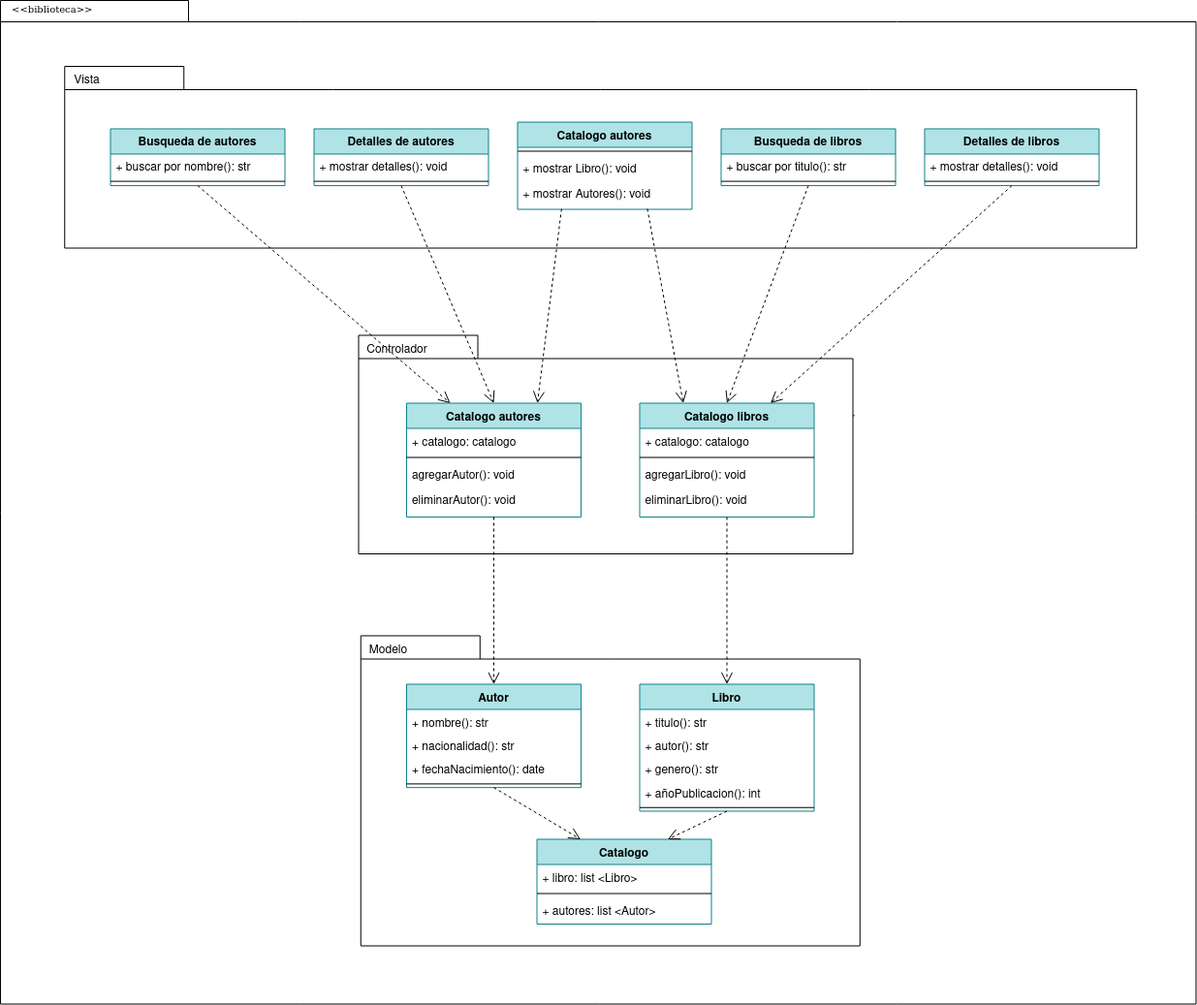
Above: diagramas/diagramas/paquete/diagrama_paquete_gestion_biblioteca.png in Chugani05/entorno_de_desarrollo (draw.io), before the change. Source tidied: cells renumbered, new cells last; positions are measured from the earlier drawing's top-left corner, leaving out a move shared by most shapes.
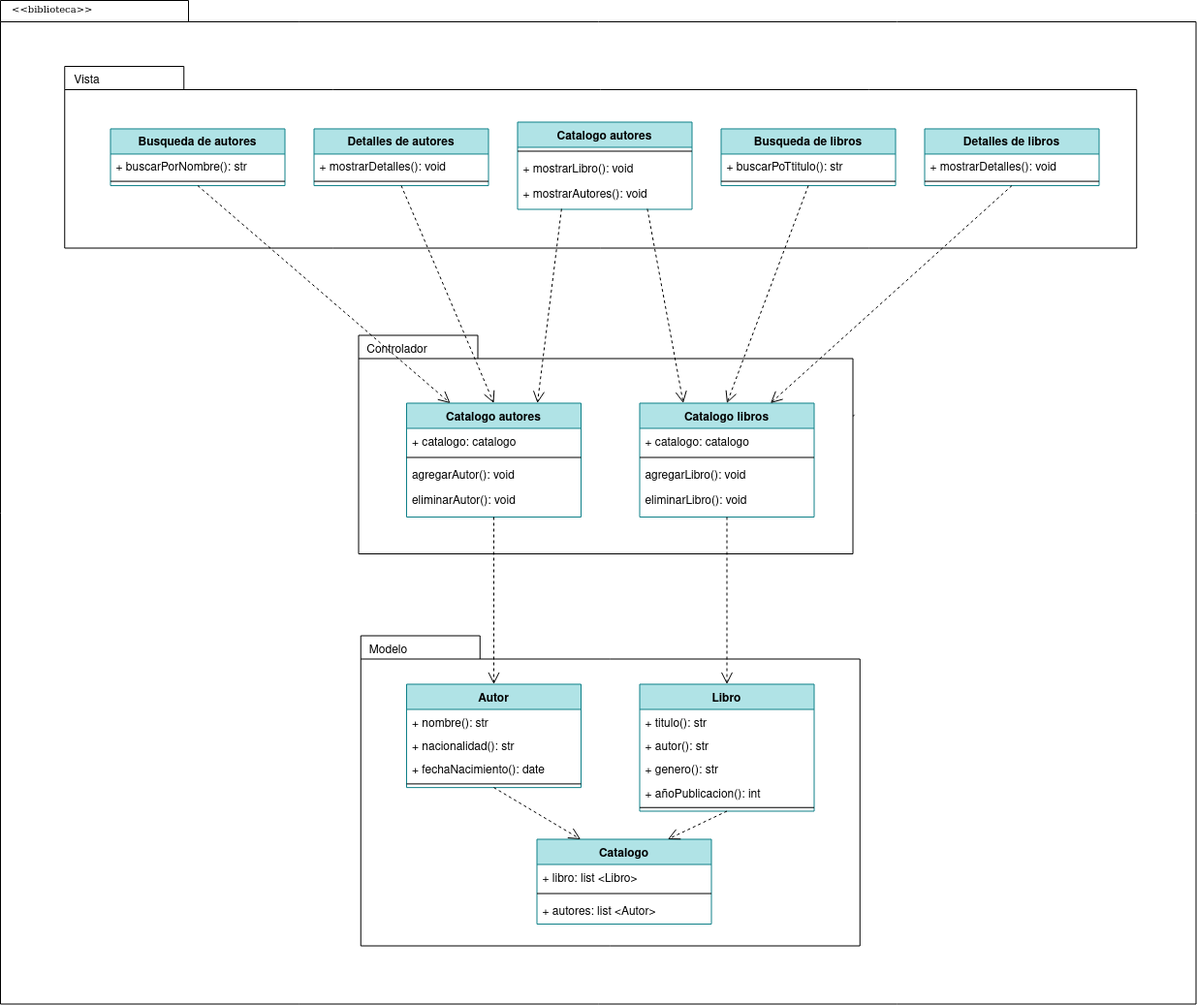
The same file after the commit.

Change to the diagram source:
```diff
@@ -14,7 +14,7 @@
     <mxCell id="5" value="Busqueda de autores" style="swimlane;fontStyle=1;align=center;verticalAlign=top;horizontal=1;startSize=26;rounded=0;shadow=0;strokeWidth=1;fillColor=#b0e3e6;strokeColor=#0e8088;" parent="3" vertex="1">
       <mxGeometry x="27.2" y="64.5" width="180" height="58.6" as="geometry" />
     </mxCell>
-    <mxCell id="6" value="+ buscar por nombre(): str" style="text;align=left;verticalAlign=top;spacingLeft=4;spacingRight=4;overflow=hidden;" parent="5" vertex="1">
+    <mxCell id="6" value="+ buscarPorNombre(): str" style="text;align=left;verticalAlign=top;spacingLeft=4;spacingRight=4;overflow=hidden;" parent="5" vertex="1">
       <mxGeometry y="26" width="180" height="24.4" as="geometry" />
     </mxCell>
     <mxCell id="7" style="line;html=1;strokeWidth=1;align=left;verticalAlign=middle;spacingTop=-1;spacingLeft=3;spacingRight=3;labelPosition=right;" parent="5" vertex="1">
@@ -23,7 +23,7 @@
     <mxCell id="8" value="Detalles de autores" style="swimlane;fontStyle=1;align=center;verticalAlign=top;horizontal=1;startSize=26;rounded=0;shadow=0;strokeWidth=1;fillColor=#b0e3e6;strokeColor=#0e8088;" parent="3" vertex="1">
       <mxGeometry x="237.2" y="64.5" width="180" height="58.6" as="geometry" />
     </mxCell>
-    <mxCell id="9" value="+ mostrar detalles(): void" style="text;align=left;verticalAlign=top;spacingLeft=4;spacingRight=4;overflow=hidden;" parent="8" vertex="1">
+    <mxCell id="9" value="+ mostrarDetalles(): void" style="text;align=left;verticalAlign=top;spacingLeft=4;spacingRight=4;overflow=hidden;" parent="8" vertex="1">
       <mxGeometry y="26" width="180" height="24.4" as="geometry" />
     </mxCell>
     <mxCell id="10" style="line;html=1;strokeWidth=1;align=left;verticalAlign=middle;spacingTop=-1;spacingLeft=3;spacingRight=3;labelPosition=right;" parent="8" vertex="1">
@@ -32,7 +32,7 @@
     <mxCell id="11" value="Busqueda de libros" style="swimlane;fontStyle=1;align=center;verticalAlign=top;horizontal=1;startSize=26;rounded=0;shadow=0;strokeWidth=1;fillColor=#b0e3e6;strokeColor=#0e8088;" parent="3" vertex="1">
       <mxGeometry x="657.2" y="64.5" width="180" height="58.6" as="geometry" />
     </mxCell>
-    <mxCell id="12" value="+ buscar por titulo(): str" style="text;align=left;verticalAlign=top;spacingLeft=4;spacingRight=4;overflow=hidden;" parent="11" vertex="1">
+    <mxCell id="12" value="+ buscarPoTtitulo(): str" style="text;align=left;verticalAlign=top;spacingLeft=4;spacingRight=4;overflow=hidden;" parent="11" vertex="1">
       <mxGeometry y="26" width="180" height="24.4" as="geometry" />
     </mxCell>
     <mxCell id="13" style="line;html=1;strokeWidth=1;align=left;verticalAlign=middle;spacingTop=-1;spacingLeft=3;spacingRight=3;labelPosition=right;" parent="11" vertex="1">
@@ -41,7 +41,7 @@
     <mxCell id="14" value="Detalles de libros" style="swimlane;fontStyle=1;align=center;verticalAlign=top;horizontal=1;startSize=26;rounded=0;shadow=0;strokeWidth=1;fillColor=#b0e3e6;strokeColor=#0e8088;" parent="3" vertex="1">
       <mxGeometry x="867.2" y="64.5" width="180" height="58.6" as="geometry" />
     </mxCell>
-    <mxCell id="15" value="+ mostrar detalles(): void" style="text;align=left;verticalAlign=top;spacingLeft=4;spacingRight=4;overflow=hidden;" parent="14" vertex="1">
+    <mxCell id="15" value="+ mostrarDetalles(): void" style="text;align=left;verticalAlign=top;spacingLeft=4;spacingRight=4;overflow=hidden;" parent="14" vertex="1">
       <mxGeometry y="26" width="180" height="24.4" as="geometry" />
     </mxCell>
     <mxCell id="16" style="line;html=1;strokeWidth=1;align=left;verticalAlign=middle;spacingTop=-1;spacingLeft=3;spacingRight=3;labelPosition=right;" parent="14" vertex="1">
@@ -115,10 +115,10 @@
     <mxCell id="38" style="line;html=1;strokeWidth=1;align=left;verticalAlign=middle;spacingTop=-1;spacingLeft=3;spacingRight=3;labelPosition=right;" parent="37" vertex="1">
       <mxGeometry y="26" width="180" height="8" as="geometry" />
     </mxCell>
-    <mxCell id="39" value="+ mostrar Libro(): void" style="text;align=left;verticalAlign=top;spacingLeft=4;spacingRight=4;overflow=hidden;rounded=0;shadow=0;html=0;" parent="37" vertex="1">
+    <mxCell id="39" value="+ mostrarLibro(): void" style="text;align=left;verticalAlign=top;spacingLeft=4;spacingRight=4;overflow=hidden;rounded=0;shadow=0;html=0;" parent="37" vertex="1">
       <mxGeometry y="34" width="180" height="26" as="geometry" />
     </mxCell>
-    <mxCell id="40" value="+ mostrar Autores(): void" style="text;align=left;verticalAlign=top;spacingLeft=4;spacingRight=4;overflow=hidden;points=[[0,0.5],[1,0.5]];portConstraint=eastwest;rounded=0;shadow=0;html=0;" parent="37" vertex="1">
+    <mxCell id="40" value="+ mostrarAutores(): void" style="text;align=left;verticalAlign=top;spacingLeft=4;spacingRight=4;overflow=hidden;points=[[0,0.5],[1,0.5]];portConstraint=eastwest;rounded=0;shadow=0;html=0;" parent="37" vertex="1">
       <mxGeometry y="60" width="180" height="26" as="geometry" />
     </mxCell>
     <mxCell id="41" style="edgeStyle=none;rounded=0;html=1;dashed=1;labelBackgroundColor=none;startFill=0;endArrow=open;endFill=0;endSize=10;fontFamily=Verdana;fontSize=10;entryX=0.5;entryY=0;entryDx=0;entryDy=0;exitX=0.5;exitY=1;exitDx=0;exitDy=0;" parent="1" edge="1" source="8" target="22">
```
